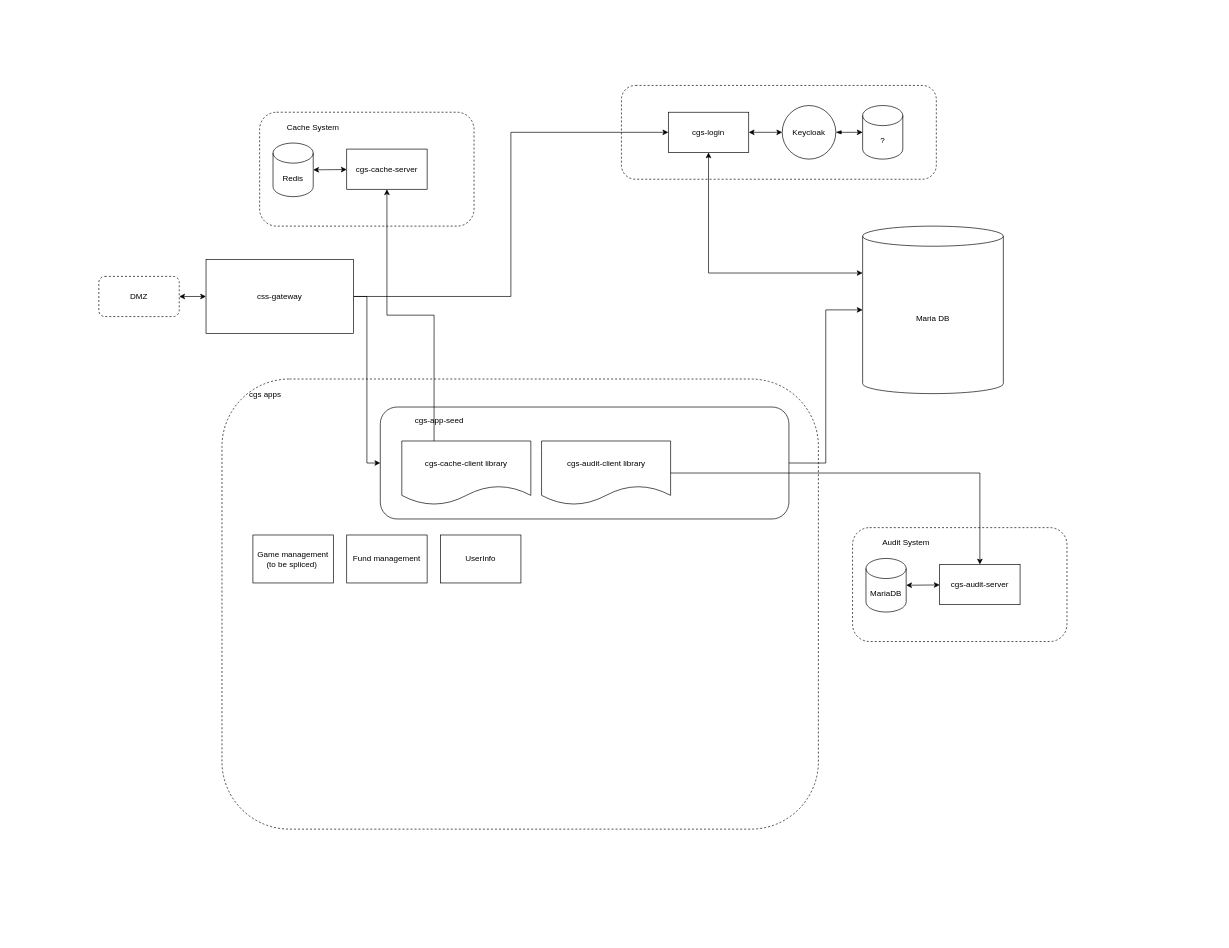
Above: Architecture/Global Overview.drawio in rares-ttg/docs (draw.io), before the change. Source tidied: cells renumbered, new cells numbered last; positions are measured from the earlier drawing's top-left corner, leaving out a move shared by most shapes. Both pictures are drawn from the tidied source at 67%, with x=0, y=0 at pixel (98, 85).
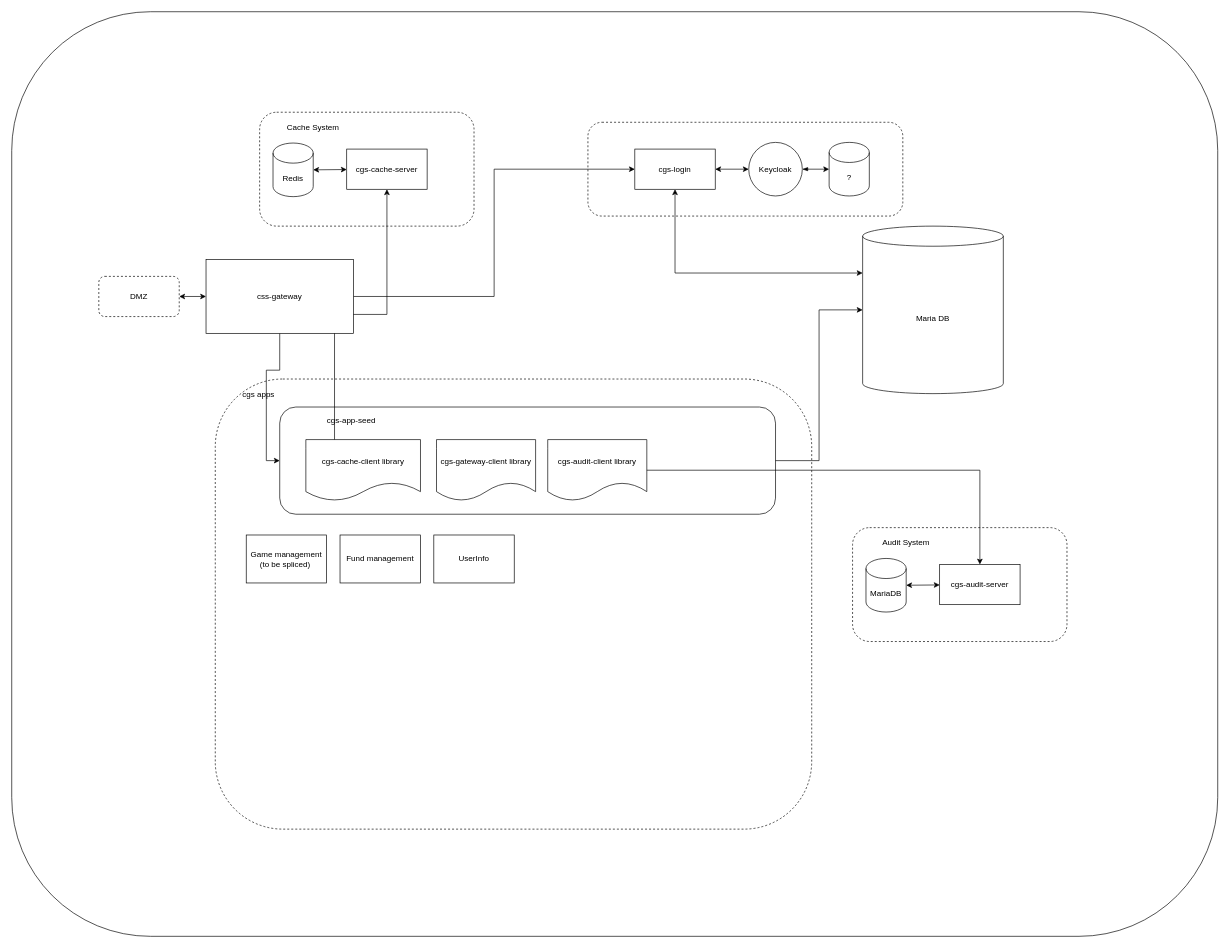
The same diagram, later.

What changed in the source:
```diff
@@
+    <mxCell id="43" style="rounded=1;whiteSpace=wrap;html=1;" parent="1" vertex="1">
+      <mxGeometry x="-130" y="-110" width="1800" height="1380" as="geometry" />
+    </mxCell>
@@
     <mxCell id="15" style="group;" parent="1" vertex="1">
-      <mxGeometry x="200" y="480" width="874" height="630" as="geometry" />
+      <mxGeometry x="190" y="480" width="874" height="630" as="geometry" />
     </mxCell>
@@
     <mxCell id="17" style="group;" parent="15" vertex="1">
-      <mxGeometry x="220.1" width="609.9" height="167.1" as="geometry" />
+      <mxGeometry x="80" width="740" height="160" as="geometry" />
     </mxCell>
     <mxCell id="18" style="rounded=1;whiteSpace=wrap;html=1;" parent="17" vertex="1">
-      <mxGeometry width="609.9" height="167.1" as="geometry" />
+      <mxGeometry width="740" height="160" as="geometry" />
     </mxCell>
     <mxCell id="19" value="cgs-app-seed" style="text;html=1;strokeColor=none;fillColor=none;align=center;verticalAlign=middle;whiteSpace=wrap;rounded=0;" parent="17" vertex="1">
-      <mxGeometry y="3" width="176.5" height="35.8" as="geometry" />
+      <mxGeometry y="2.9" width="214.2" height="34.3" as="geometry" />
     </mxCell>
     <mxCell id="20" value="cgs-cache-client library" style="shape=document;whiteSpace=wrap;html=1;boundedLbl=1;" parent="17" vertex="1">
-      <mxGeometry x="32.1" y="50.7" width="192.6" height="95.5" as="geometry" />
+      <mxGeometry x="39" y="48.6" width="171.1" height="91.4" as="geometry" />
     </mxCell>
     <mxCell id="21" value="cgs-audit-client library" style="shape=document;whiteSpace=wrap;html=1;boundedLbl=1;" parent="17" vertex="1">
-      <mxGeometry x="240.7" y="50.7" width="192.6" height="95.5" as="geometry" />
+      <mxGeometry x="400" y="48.6" width="147.9" height="91.4" as="geometry" />
     </mxCell>
+    <mxCell id="44" value="cgs-gateway-client library" style="shape=document;whiteSpace=wrap;html=1;boundedLbl=1;" parent="17" vertex="1">
+      <mxGeometry x="234" y="48.6" width="147.9" height="91.4" as="geometry" />
+    </mxCell>
@@
     <mxCell id="28" style="group;" parent="1" vertex="1">
-      <mxGeometry x="780" width="470" height="140" as="geometry" />
+      <mxGeometry x="730" y="55" width="470" height="140" as="geometry" />
     </mxCell>
```
